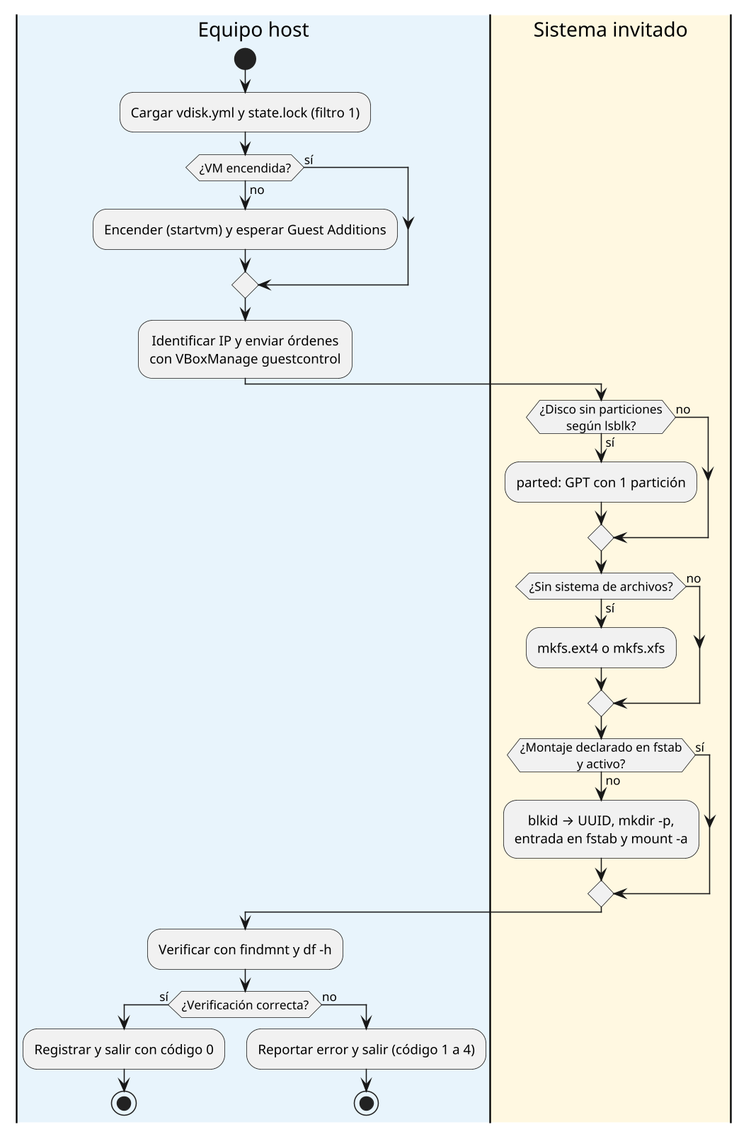
Above: documento/images/algoritmo.png in spalax-dev/vbox-disk-automation (PlantUML), before the change.
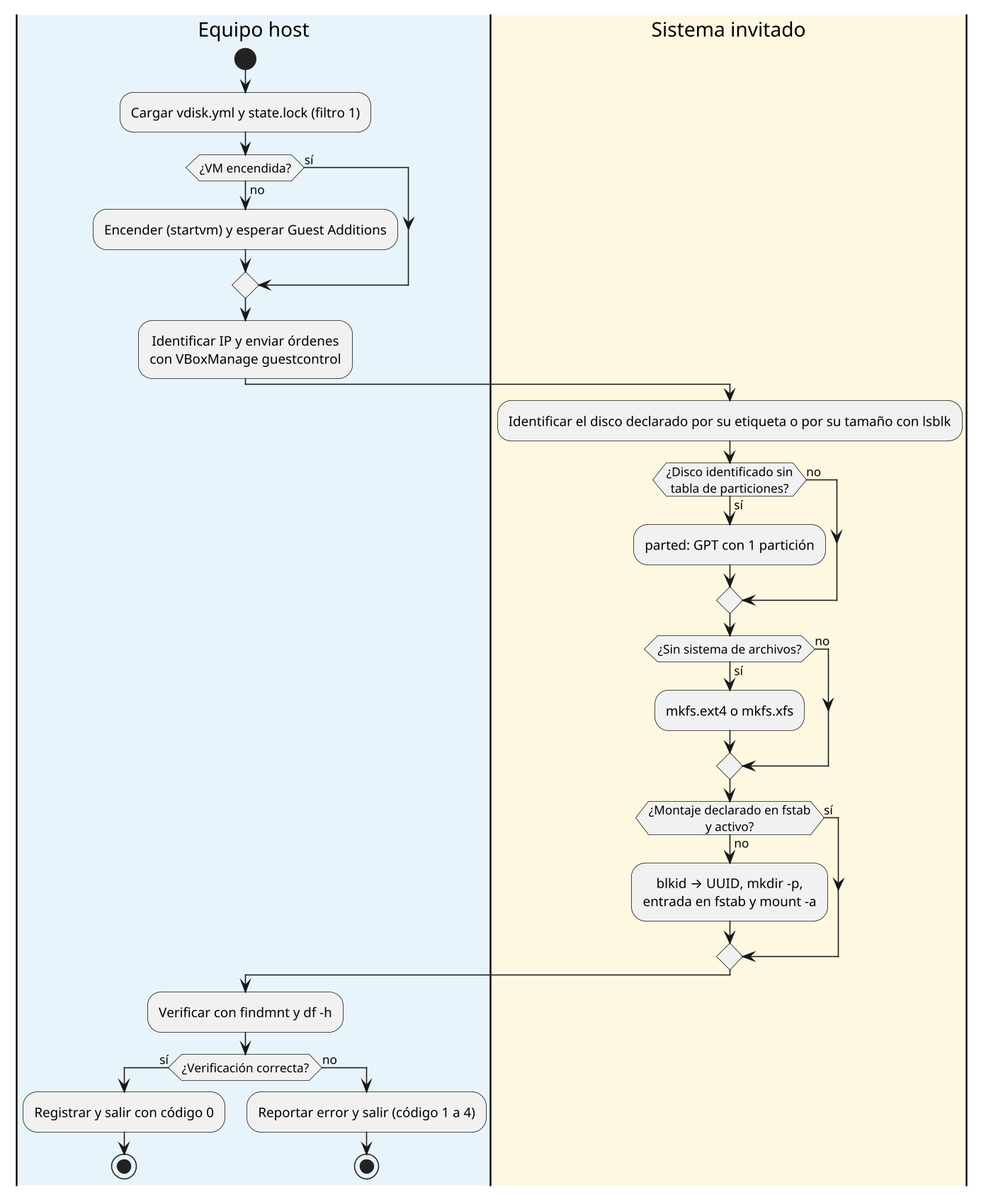
The same diagram one commit later.

Change to the diagram source:
```diff
@@ -16,7 +16,8 @@
 :Identificar IP y enviar órdenes\ncon VBoxManage guestcontrol;
 
 |#FFF8E1|Sistema invitado|
-if (¿Disco sin particiones\nsegún lsblk?) then (sí)
+:Identificar el disco declarado por su etiqueta o por su tamaño con lsblk;
+if (¿Disco identificado sin\ntabla de particiones?) then (sí)
   :parted: GPT con 1 partición;
 else (no)
 endif
```
